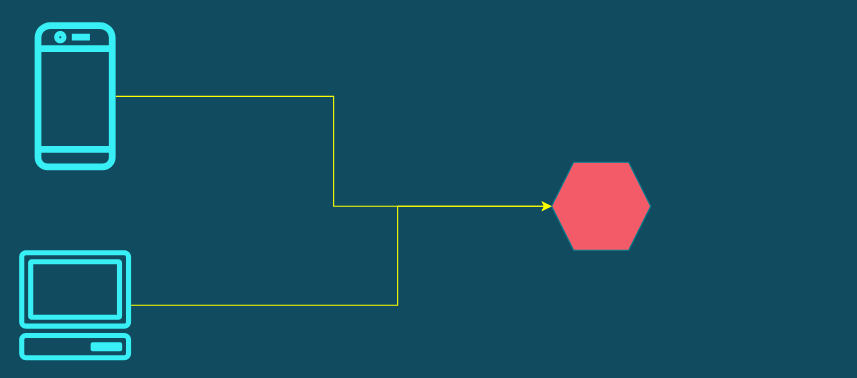
Earlier version of the draw.io diagram Untitled Diagram.drawio (kanaan-dvlps/Expense_Tracker). Source tidied: cells renumbered, new cells numbered last; positions are measured from the earlier drawing's top-left corner, leaving out a move shared by most shapes. Both pictures are drawn from the tidied source at 110%, with x=0, y=0 at pixel (18, 19).
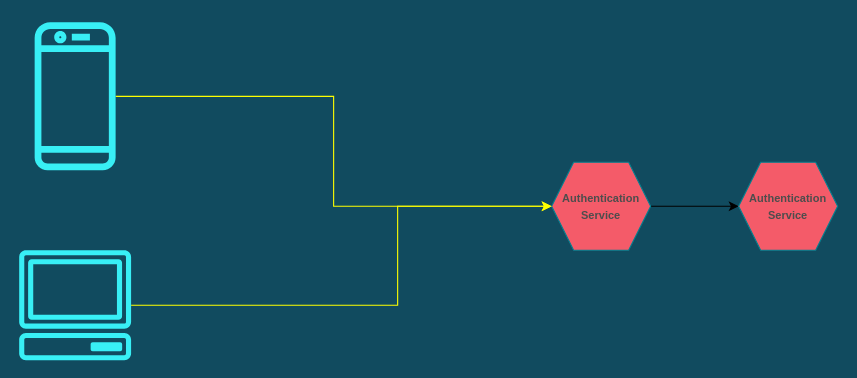
The same page after the edit.

Commit message:
Authentication Service

Change to the diagram source:
```diff
@@
 <mxGraphModel background="#114B5F">
   <root>
     <mxCell id="0" />
     <mxCell id="1" parent="0" />
+    <mxCell id="7" style="edgeStyle=orthogonalEdgeStyle;rounded=0;jettySize=auto;html=1;fontSize=10;fontColor=#4D4D4D;" parent="1" edge="1" source="2" target="8">
+      <mxGeometry relative="1" as="geometry" />
+    </mxCell>
-    <mxCell id="2" style="shape=hexagon;perimeter=hexagonPerimeter2;whiteSpace=wrap;html=1;fixedSize=1;fillColor=#F45B69;strokeColor=#028090;fontColor=#E4FDE1;rounded=0;" parent="1" vertex="1">
+    <mxCell id="2" value="&lt;font size=&quot;1&quot; color=&quot;#4d4d4d&quot;&gt;&lt;b style=&quot;&quot;&gt;Authentication Service&lt;/b&gt;&lt;/font&gt;" style="shape=hexagon;perimeter=hexagonPerimeter2;whiteSpace=wrap;html=1;fixedSize=1;fillColor=#F45B69;strokeColor=#028090;fontColor=#E4FDE1;rounded=0;" parent="1" vertex="1">
       <mxGeometry x="485" y="130" width="90" height="80" as="geometry" />
     </mxCell>
     <mxCell id="3" style="edgeStyle=orthogonalEdgeStyle;rounded=0;jettySize=auto;html=1;strokeColor=#FFFF00;" parent="1" edge="1" source="4" target="2">
       <mxGeometry relative="1" as="geometry" />
     </mxCell>
     <mxCell id="4" style="sketch=0;outlineConnect=0;fontColor=#232F3E;gradientColor=none;fillColor=#38EFF5;strokeColor=none;dashed=0;verticalLabelPosition=bottom;verticalAlign=top;align=center;html=1;fontSize=12;fontStyle=0;shape=mxgraph.aws4.mobile_client;" parent="1" vertex="1">
       <mxGeometry x="15" width="73.6" height="140" as="geometry" />
     </mxCell>
     <mxCell id="5" style="edgeStyle=orthogonalEdgeStyle;rounded=0;jettySize=auto;html=1;strokeColor=#FFFF00;" parent="1" edge="1" source="6" target="2">
       <mxGeometry relative="1" as="geometry">
         <Array as="points">
           <mxPoint x="345" y="260" />
           <mxPoint x="345" y="170" />
         </Array>
       </mxGeometry>
     </mxCell>
     <mxCell id="6" style="sketch=0;outlineConnect=0;fontColor=#232F3E;gradientColor=none;fillColor=#38EFF5;strokeColor=none;dashed=0;verticalLabelPosition=bottom;verticalAlign=top;align=center;html=1;fontSize=12;fontStyle=0;shape=mxgraph.aws4.client;" parent="1" vertex="1">
       <mxGeometry x="0.5" y="210" width="102.6" height="100" as="geometry" />
     </mxCell>
+    <mxCell id="8" value="&lt;font size=&quot;1&quot; color=&quot;#4d4d4d&quot;&gt;&lt;b style=&quot;&quot;&gt;Authentication Service&lt;/b&gt;&lt;/font&gt;" style="shape=hexagon;perimeter=hexagonPerimeter2;whiteSpace=wrap;html=1;fixedSize=1;fillColor=#F45B69;strokeColor=#028090;fontColor=#E4FDE1;rounded=0;" parent="1" vertex="1">
+      <mxGeometry x="655" y="130" width="90" height="80" as="geometry" />
+    </mxCell>
   </root>
 </mxGraphModel>
```
